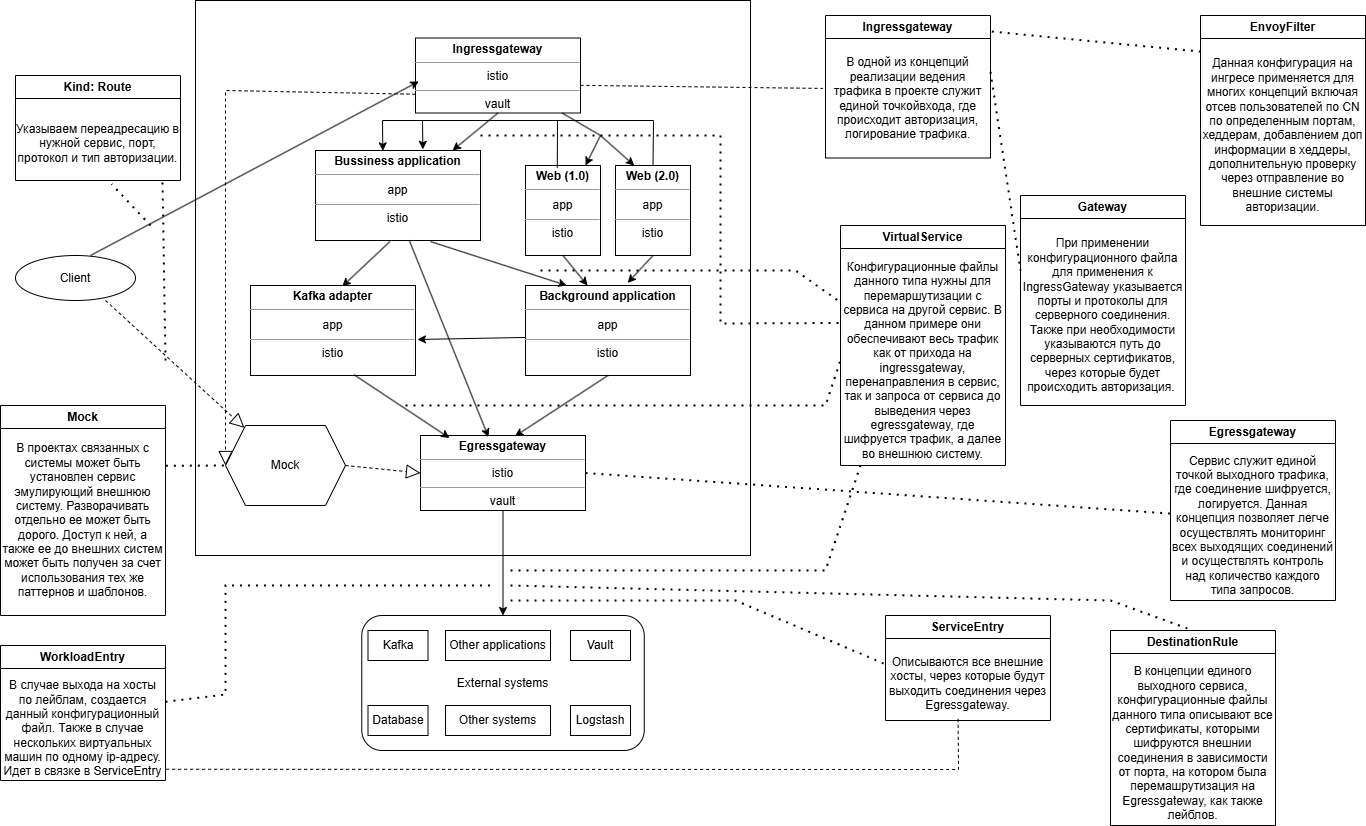
Tiger20111/Article keeps this draw.io diagram as Mesh.drawio.png. Above is the earlier version. Source tidied: cells renumbered, new cells last; positions are measured from the earlier drawing's top-left corner, leaving out a move shared by most shapes.
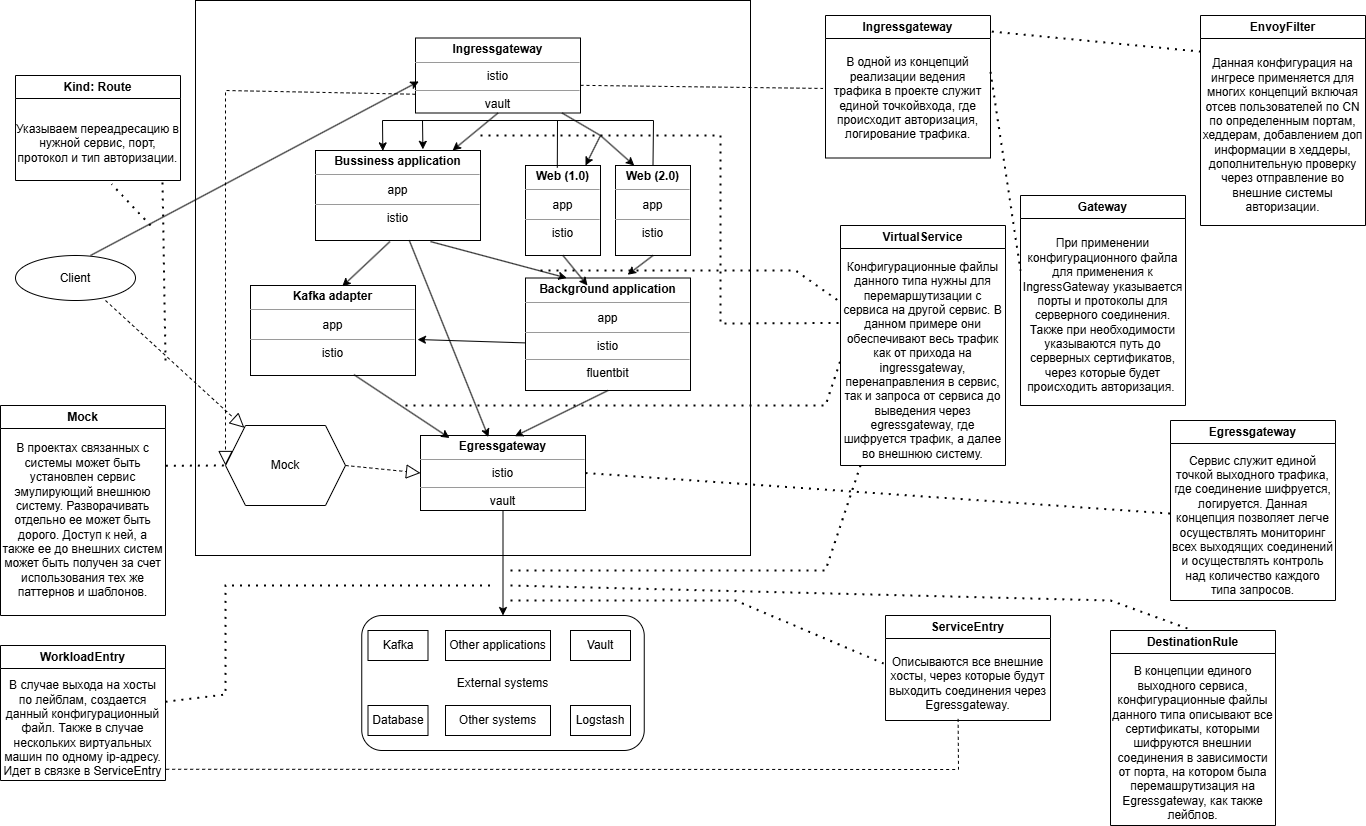
The same diagram one commit later.

Diff of the diagram source:
```diff
@@ -17,8 +17,8 @@
     <mxCell id="6" value="&lt;p style=&quot;margin: 0px ; margin-top: 4px ; text-align: center&quot;&gt;&lt;b&gt;Kafka adapter&lt;/b&gt;&lt;/p&gt;&lt;hr size=&quot;1&quot;&gt;&lt;div style=&quot;height: 2px&quot;&gt;&lt;/div&gt;app&lt;hr size=&quot;1&quot;&gt;&lt;div style=&quot;height: 2px&quot;&gt;istio&lt;/div&gt;" style="verticalAlign=top;align=center;overflow=fill;fontSize=12;fontFamily=Helvetica;html=1;" parent="1" vertex="1">
       <mxGeometry x="250" y="285" width="165" height="90" as="geometry" />
     </mxCell>
-    <mxCell id="7" value="&lt;p style=&quot;margin: 0px ; margin-top: 4px ; text-align: center&quot;&gt;&lt;b&gt;Background application&lt;/b&gt;&lt;/p&gt;&lt;hr size=&quot;1&quot;&gt;&lt;div style=&quot;height: 2px&quot;&gt;&lt;/div&gt;app&lt;hr size=&quot;1&quot;&gt;&lt;div style=&quot;height: 2px&quot;&gt;istio&lt;/div&gt;" style="verticalAlign=top;align=center;overflow=fill;fontSize=12;fontFamily=Helvetica;html=1;" parent="1" vertex="1">
-      <mxGeometry x="525" y="285" width="165" height="90" as="geometry" />
+    <mxCell id="7" value="&lt;p style=&quot;margin: 0px ; margin-top: 4px ; text-align: center&quot;&gt;&lt;b&gt;Background application&lt;/b&gt;&lt;/p&gt;&lt;hr size=&quot;1&quot;&gt;&lt;div style=&quot;height: 2px&quot;&gt;&lt;/div&gt;app&lt;hr size=&quot;1&quot;&gt;&lt;div style=&quot;height: 2px&quot;&gt;istio&lt;/div&gt;&lt;div style=&quot;height: 2px&quot;&gt;&lt;br&gt;&lt;/div&gt;&lt;div style=&quot;height: 2px&quot;&gt;&lt;br&gt;&lt;/div&gt;&lt;div style=&quot;height: 2px&quot;&gt;&lt;br&gt;&lt;/div&gt;&lt;div style=&quot;height: 2px&quot;&gt;&lt;br&gt;&lt;/div&gt;&lt;div style=&quot;height: 2px&quot;&gt;&lt;br&gt;&lt;/div&gt;&lt;div style=&quot;height: 2px&quot;&gt;&lt;/div&gt;&lt;hr size=&quot;1&quot;&gt;&lt;div style=&quot;height: 2px;&quot;&gt;fluentbit&lt;/div&gt;" style="verticalAlign=top;align=center;overflow=fill;fontSize=12;fontFamily=Helvetica;html=1;" parent="1" vertex="1">
+      <mxGeometry x="525" y="277.5" width="165" height="112.5" as="geometry" />
     </mxCell>
     <mxCell id="8" value="&lt;p style=&quot;margin: 0px ; margin-top: 4px ; text-align: center&quot;&gt;&lt;b&gt;Web (1.0)&lt;/b&gt;&lt;/p&gt;&lt;hr size=&quot;1&quot;&gt;&lt;div style=&quot;height: 2px&quot;&gt;&lt;/div&gt;app&lt;hr size=&quot;1&quot;&gt;&lt;div style=&quot;height: 2px&quot;&gt;istio&lt;/div&gt;" style="verticalAlign=top;align=center;overflow=fill;fontSize=12;fontFamily=Helvetica;html=1;" parent="1" vertex="1">
       <mxGeometry x="525" y="165" width="75" height="90" as="geometry" />
```
